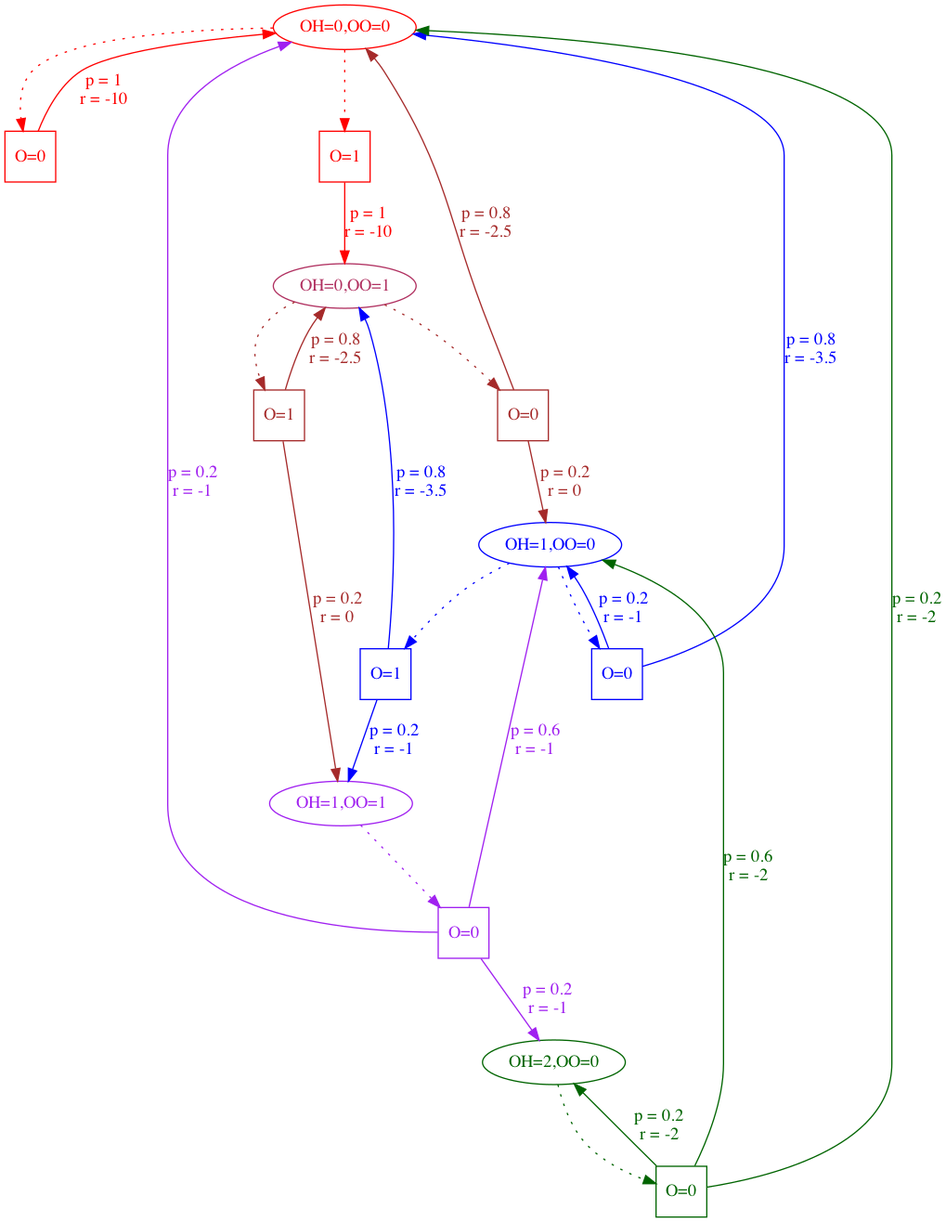
Earlier version of the Graphviz export chapter2/simple_inv_mdp.png (TikhonJelvis/RL-book). Its source is kept beside it as chapter2/simple_inv_mdp.gv.
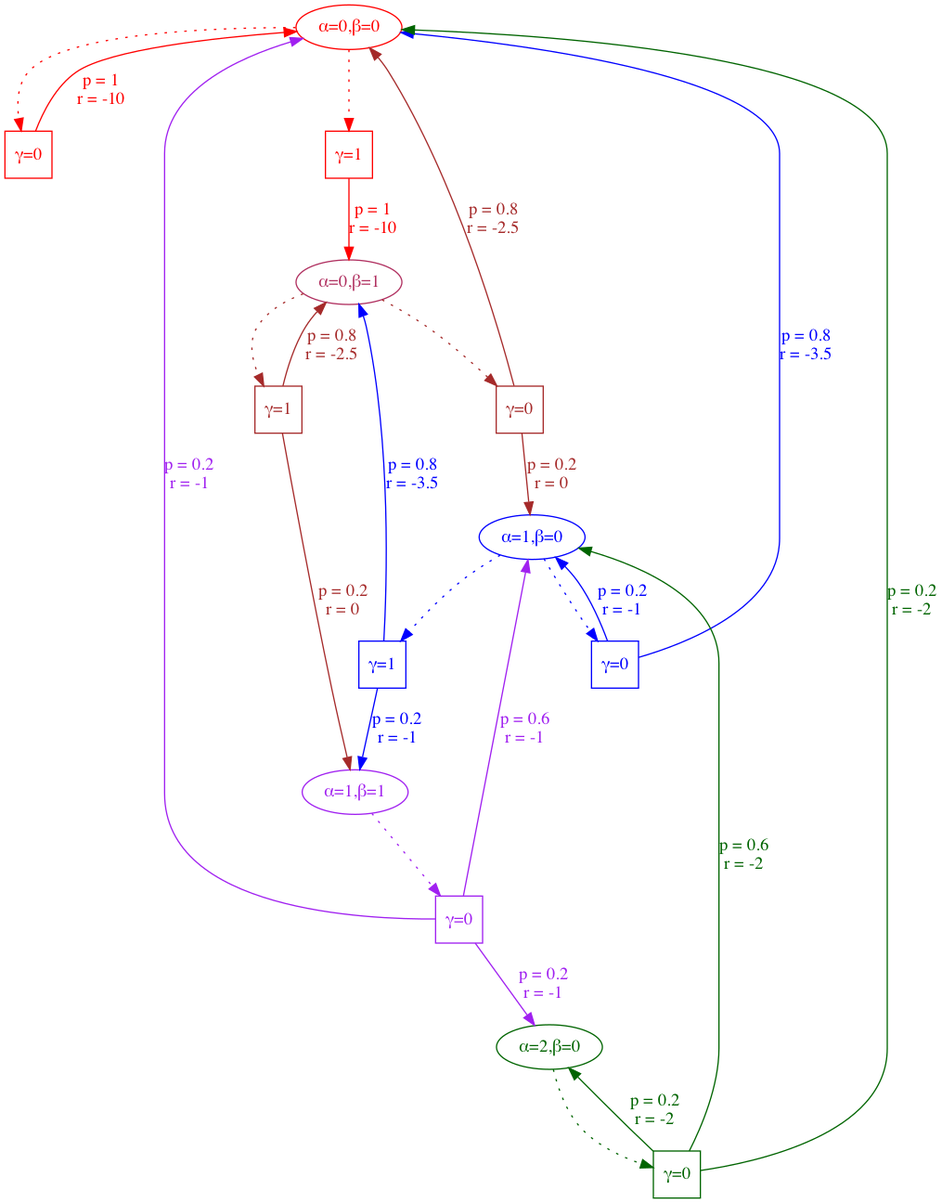
The same file after the commit.

Change to the diagram source:
```diff
@@ -1,32 +1,32 @@
-digraph simple_inventory
+digraph simple_inventory_mdp
 {
   /*
   Sequence of events in a day:
-  1: Observe State (On-hand, On-Order) denoted as (OH, OO)
-  2: Take Action: Place an Order (denoted as O)
+  1: Observe State (On-hand, On-Order) denoted as (alpha, beta)
+  2: Take Action: Place an Order (denoted as gamma)
   3: Record Reward as negative of holding cost of 1 per unit of on-hand inventory
   4: Received order quantity that was placed the previous day
   5: Experience random demand with probabilities:  P(0) = 0.2, P(1) = 0.6, P(2) = 0.2
   6: Record Reward as negative of stockout cost of 10 per unit of missed sale from demand
 
-  Assume the action space (order quantity) is {0, 1} when OH + OO <= 1 and is {0} otherwise
+  Assume the action space (order quantity) is {0, 1} when alpha + beta <= 1 and is {0} otherwise
   */
   nodesep = 0.6
 
-  A [label="OH=0,OO=0", color=Red, fontcolor=Red]
-  B [label="OH=1,OO=0", color=Blue, fontcolor=Blue]
-  C [label="OH=2,OO=0", color=darkgreen, fontcolor=darkgreen]
-  D [label="OH=0,OO=1", color=maroon, fontcolor=maroon]
-  E [label="OH=1,OO=1", color=Purple, fontcolor=Purple]
+  A [label="&alpha;=0,&beta;=0", color=Red, fontcolor=Red]
+  B [label="&alpha;=1,&beta;=0", color=Blue, fontcolor=Blue]
+  C [label="&alpha;=2,&beta;=0", color=darkgreen, fontcolor=darkgreen]
+  D [label="&alpha;=0,&beta;=1", color=maroon, fontcolor=maroon]
+  E [label="&alpha;=1,&beta;=1", color=Purple, fontcolor=Purple]
 
-  A0 [label="O=0", color=Red, fontcolor=Red, shape=square]
-  A1 [label="O=1", color=Red, fontcolor=Red, shape=square]
-  B0 [label="O=0", color=Blue, fontcolor=Blue, shape=square]
-  B1 [label="O=1", color=Blue, fontcolor=Blue, shape=square]
-  C0 [label="O=0", color=darkgreen, fontcolor=darkgreen, shape=square]
-  D0 [label="O=0", color=Brown, fontcolor=Brown, shape=square]
-  D1 [label="O=1", color=Brown, fontcolor=Brown, shape=square]
-  E0 [label="O=0", color=Purple, fontcolor=Purple, shape=square]
+  A0 [label="&gamma;=0", color=Red, fontcolor=Red, shape=square]
+  A1 [label="&gamma;=1", color=Red, fontcolor=Red, shape=square]
+  B0 [label="&gamma;=0", color=Blue, fontcolor=Blue, shape=square]
+  B1 [label="&gamma;=1", color=Blue, fontcolor=Blue, shape=square]
+  C0 [label="&gamma;=0", color=darkgreen, fontcolor=darkgreen, shape=square]
+  D0 [label="&gamma;=0", color=Brown, fontcolor=Brown, shape=square]
+  D1 [label="&gamma;=1", color=Brown, fontcolor=Brown, shape=square]
+  E0 [label="&gamma;=0", color=Purple, fontcolor=Purple, shape=square]
 
   A->A0 [color=Red, fontcolor=Red, style=dotted]
   A->A1 [color=Red, fontcolor=Red, style=dotted]
```
